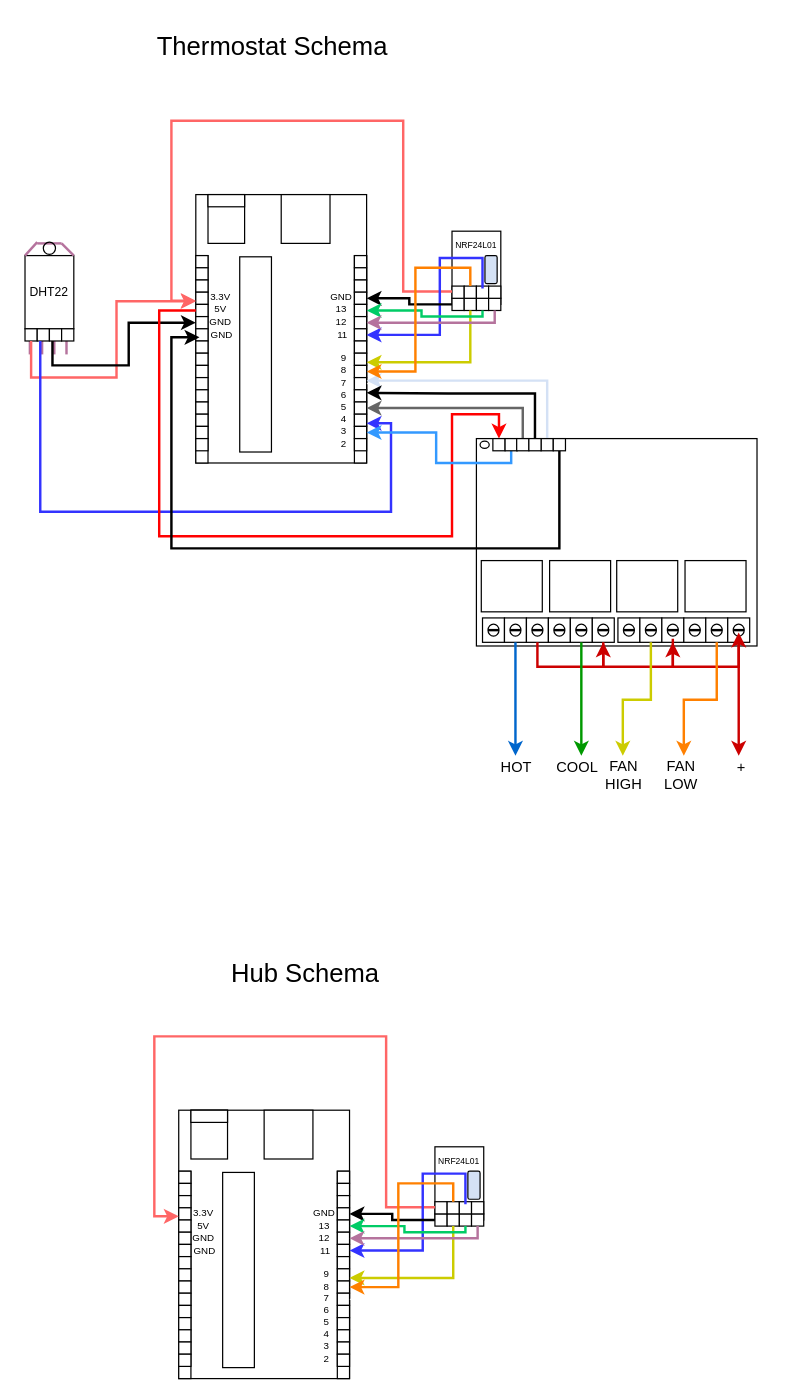
ToniNichev/Thermostat keeps this draw.io diagram as Docs/Schema.drawio. Above is the earlier version. Source tidied: cells renumbered, new cells numbered last; positions are measured from the earlier drawing's top-left corner, leaving out a move shared by most shapes. Both pictures are drawn from the tidied source at 122%, with x=0, y=0 at pixel (24, 35).
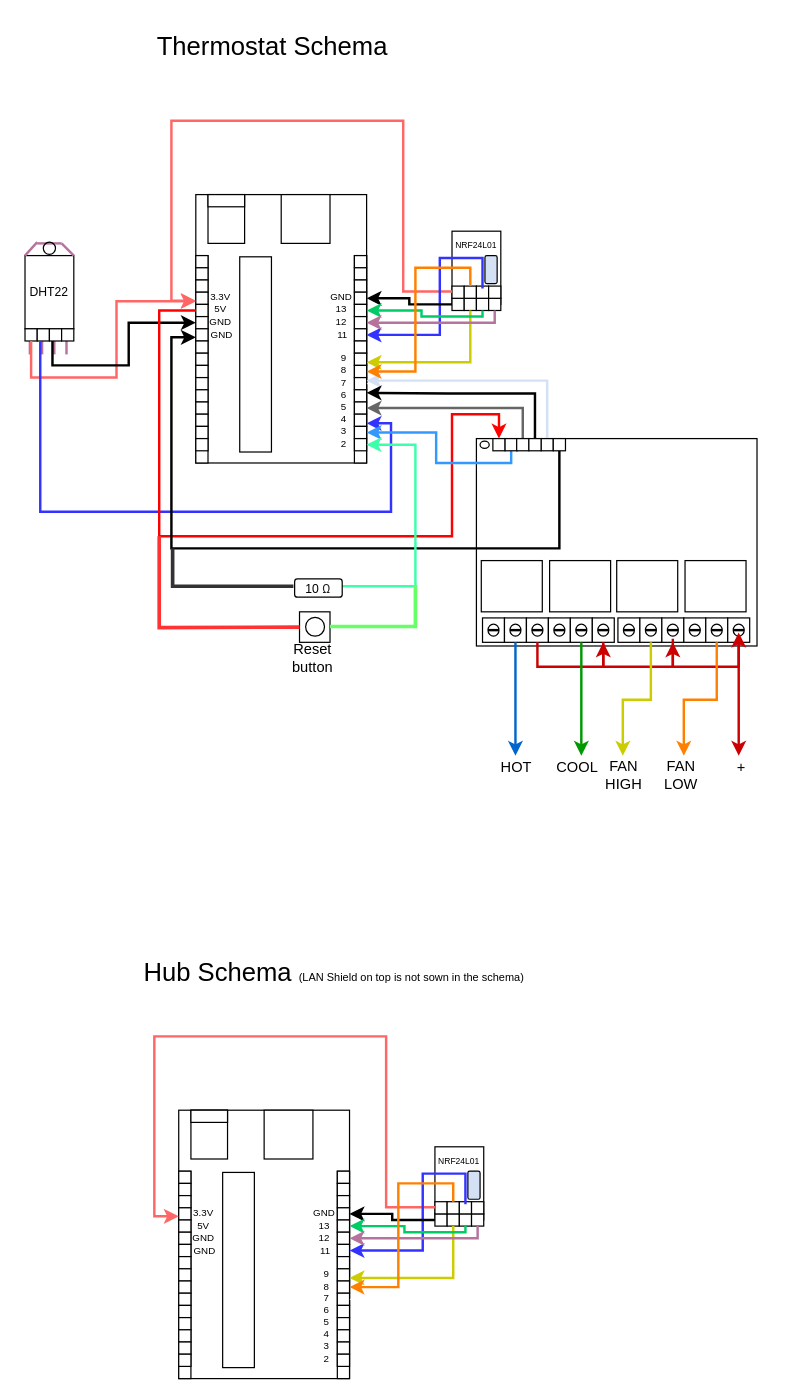
The same page after the edit.

Commit message (it also covers changes not shown here):
draw schema update

Unchanged cells that the change refers to:
```xml
<mxCell id="23" style="rounded=0;whiteSpace=wrap;html=1;" parent="1" vertex="1">
  <mxGeometry x="270" y="330" width="10" height="10" as="geometry" />
</mxCell>
<mxCell id="155" style="rounded=0;whiteSpace=wrap;html=1;" parent="1" vertex="1">
  <mxGeometry x="433" y="330" width="10" height="10" as="geometry" />
</mxCell>
```

The edit, as a diff of the source:
```diff
@@
     <mxCell id="154" style="edgeStyle=orthogonalEdgeStyle;rounded=0;jettySize=auto;html=1;strokeWidth=2;" parent="1" edge="1" source="155">
       <mxGeometry relative="1" as="geometry">
-        <mxPoint x="143" y="247" as="targetPoint" />
+        <mxPoint x="140" y="247" as="targetPoint" />
         <Array as="points">
           <mxPoint x="438" y="420" />
           <mxPoint x="120" y="420" />
           <mxPoint x="120" y="247" />
         </Array>
       </mxGeometry>
     </mxCell>
@@
-    <mxCell id="175" value="&lt;p style=&quot;line-height: 140%&quot;&gt;&lt;font style=&quot;font-size: 21px&quot;&gt;Hub Schema&lt;/font&gt;&lt;/p&gt;" style="text;html=1;strokeColor=none;fillColor=none;align=center;verticalAlign=middle;whiteSpace=wrap;rounded=0;" parent="1" vertex="1">
-      <mxGeometry x="122.2" y="760" width="215.5" height="20" as="geometry" />
+    <mxCell id="175" value="&lt;p style=&quot;line-height: 140%&quot;&gt;&lt;font style=&quot;font-size: 21px&quot;&gt;Hub Schema &lt;/font&gt;&lt;font style=&quot;font-size: 9px&quot;&gt;(LAN Shield on top is not sown in the schema)&lt;/font&gt;&lt;/p&gt;" style="text;html=1;strokeColor=none;fillColor=none;align=center;verticalAlign=middle;whiteSpace=wrap;rounded=0;" parent="1" vertex="1">
+      <mxGeometry x="87.1" y="760" width="332.9" height="20" as="geometry" />
     </mxCell>
@@
+    <mxCell id="252" style="whiteSpace=wrap;html=1;" parent="1" vertex="1">
+      <mxGeometry x="225" y="472" width="25" height="25" as="geometry" />
+    </mxCell>
+    <mxCell id="253" style="ellipse;whiteSpace=wrap;html=1;" parent="1" vertex="1">
+      <mxGeometry x="230" y="476.5" width="15.5" height="15.5" as="geometry" />
+    </mxCell>
+    <mxCell id="254" style="edgeStyle=orthogonalEdgeStyle;rounded=0;jettySize=auto;html=1;entryX=1;entryY=0.5;entryDx=0;entryDy=0;strokeWidth=2;strokeColor=#3DFFAB;" parent="1" edge="1" target="23">
+      <mxGeometry relative="1" as="geometry">
+        <mxPoint x="250" y="451" as="sourcePoint" />
+        <Array as="points">
+          <mxPoint x="320" y="451" />
+          <mxPoint x="320" y="335" />
+        </Array>
+      </mxGeometry>
+    </mxCell>
+    <mxCell id="255" value="&lt;font style=&quot;font-size: 10px&quot;&gt;10&amp;nbsp;&lt;span style=&quot;color: rgb(32 , 33 , 36) ; font-family: &amp;#34;google sans&amp;#34; , &amp;#34;roboto&amp;#34; , &amp;#34;arial&amp;#34; , sans-serif ; text-align: left ; background-color: rgb(255 , 255 , 255)&quot;&gt;&lt;font style=&quot;font-size: 10px&quot;&gt;Ω&lt;/font&gt;&lt;/span&gt;&lt;/font&gt;" style="rounded=1;whiteSpace=wrap;html=1;" parent="1" vertex="1">
+      <mxGeometry x="221" y="445" width="39" height="15" as="geometry" />
+    </mxCell>
+    <mxCell id="256" style="endArrow=none;html=1;strokeColor=#333333;strokeWidth=3;rounded=0;" parent="1" edge="1">
+      <mxGeometry relative="1" as="geometry">
+        <mxPoint x="121" y="420" as="sourcePoint" />
+        <mxPoint x="220" y="451" as="targetPoint" />
+        <Array as="points">
+          <mxPoint x="121" y="451" />
+        </Array>
+      </mxGeometry>
+    </mxCell>
+    <mxCell id="257" style="endArrow=none;html=1;strokeColor=#66FF66;strokeWidth=3;rounded=0;" parent="1" edge="1">
+      <mxGeometry relative="1" as="geometry">
+        <mxPoint x="320" y="450" as="sourcePoint" />
+        <mxPoint x="250" y="484" as="targetPoint" />
+        <Array as="points">
+          <mxPoint x="320" y="484" />
+        </Array>
+      </mxGeometry>
+    </mxCell>
+    <mxCell id="258" style="endArrow=none;html=1;strokeColor=#FF3333;strokeWidth=3;entryX=0;entryY=0.5;entryDx=0;entryDy=0;rounded=0;" parent="1" edge="1" target="252">
+      <mxGeometry relative="1" as="geometry">
+        <mxPoint x="110" y="410" as="sourcePoint" />
+        <Array as="points">
+          <mxPoint x="110" y="485" />
+        </Array>
+      </mxGeometry>
+    </mxCell>
+    <mxCell id="259" value="Reset button" style="text;html=1;strokeColor=none;fillColor=none;align=center;verticalAlign=middle;whiteSpace=wrap;rounded=0;" parent="1" vertex="1">
+      <mxGeometry x="216" y="500" width="40" height="20" as="geometry" />
+    </mxCell>
```
